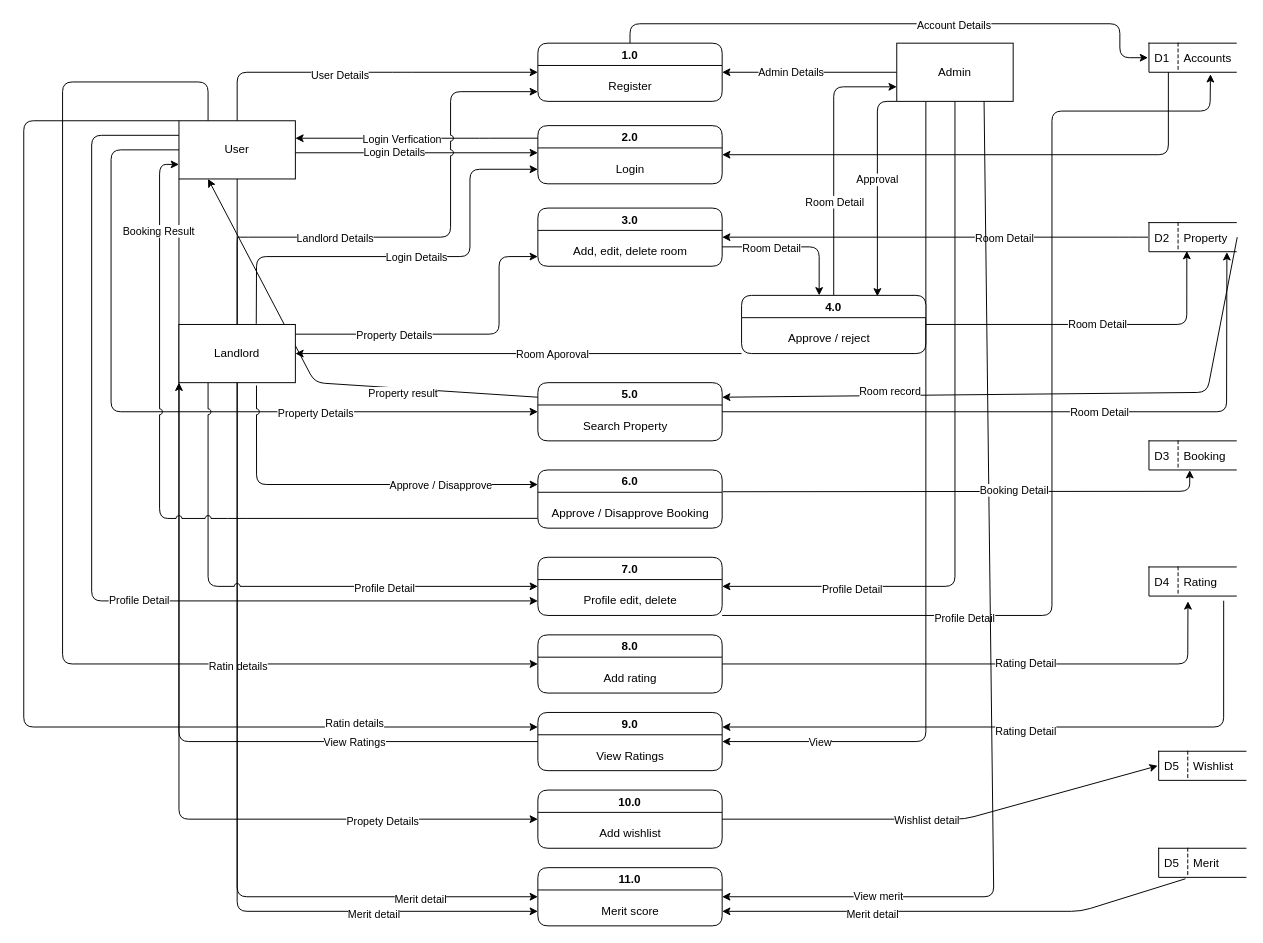
This is DFD FYP/DFD FYP.drawio from SNOW15782/Fyp, a draw.io file, before an edit. Source tidied: cells renumbered, new cells numbered last; positions are measured from the earlier drawing's top-left corner, leaving out a move shared by most shapes. Both pictures are drawn from the tidied source at 97%, with x=0, y=0 at pixel (23, 23).
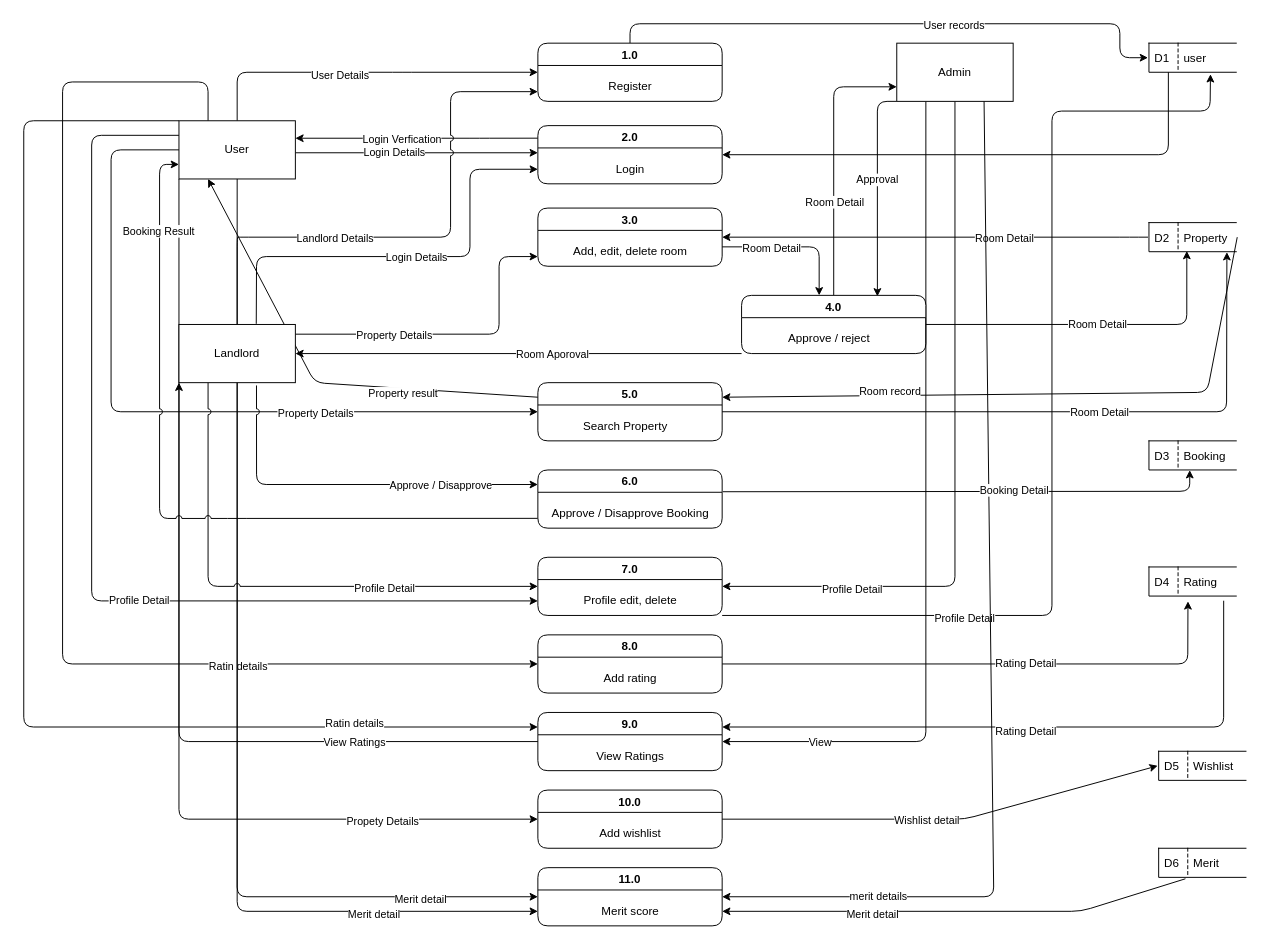
The same diagram, later.

The change refers to these unchanged cells:
```xml
<mxCell id="9" value="Admin" style="rounded=0;whiteSpace=wrap;html=1;" parent="1" vertex="1">
  <mxGeometry x="900" y="20" width="120" height="60" as="geometry" />
</mxCell>
<mxCell id="10" style="edgeStyle=none;html=1;exitX=0.5;exitY=0;exitDx=0;exitDy=0;entryX=0;entryY=0.5;entryDx=0;entryDy=0;" parent="1" edge="1" source="12" target="14">
  <mxGeometry relative="1" as="geometry">
    <Array as="points">
      <mxPoint x="625" />
      <mxPoint x="1130" />
      <mxPoint x="1130" y="35" />
    </Array>
  </mxGeometry>
</mxCell>
<mxCell id="12" value="1.0" style="swimlane;startSize=23;rounded=1;" parent="1" vertex="1">
  <mxGeometry x="530" y="20" width="190" height="60" as="geometry" />
</mxCell>
<mxCell id="72" style="edgeStyle=none;html=1;exitX=1;exitY=0.5;exitDx=0;exitDy=0;entryX=0.75;entryY=1;entryDx=0;entryDy=0;startArrow=classic;startFill=1;endArrow=none;endFill=0;" parent="1" edge="1" source="78" target="9">
  <mxGeometry relative="1" as="geometry">
    <Array as="points">
      <mxPoint x="1000" y="900" />
    </Array>
  </mxGeometry>
</mxCell>
<mxCell id="112" value="Merit" style="shape=partialRectangle;fillColor=none;align=left;verticalAlign=middle;strokeColor=default;spacingLeft=34;points=[[0,0.5],[1,0.5]];portConstraint=eastwest;strokeWidth=1;perimeterSpacing=1;right=0;" parent="1" vertex="1">
  <mxGeometry x="1170" y="850" width="90" height="30" as="geometry" />
</mxCell>
```

The edit, as a diff of the source:
```diff
@@
-    <mxCell id="2" style="edgeStyle=none;html=1;entryX=1;entryY=0.5;entryDx=0;entryDy=0;" parent="1" edge="1" source="9" target="12">
-      <mxGeometry relative="1" as="geometry" />
-    </mxCell>
-    <mxCell id="3" value="Admin Details" style="edgeLabel;html=1;align=center;verticalAlign=middle;" parent="2" vertex="1">
-      <mxGeometry x="0.22" y="-1" relative="1" as="geometry" />
-    </mxCell>
@@
-    <mxCell id="11" value="Account Details" style="edgeLabel;html=1;align=center;verticalAlign=middle;" parent="10" vertex="1">
+    <mxCell id="11" value="User records" style="edgeLabel;html=1;align=center;verticalAlign=middle;" parent="10" vertex="1">
       <mxGeometry x="0.2" y="-1" relative="1" as="geometry" />
     </mxCell>
@@
-    <mxCell id="14" value="Accounts" style="shape=partialRectangle;fillColor=none;align=left;verticalAlign=middle;strokeColor=default;spacingLeft=34;points=[[0,0.5],[1,0.5]];portConstraint=eastwest;strokeWidth=1;perimeterSpacing=1;right=0;" parent="1" vertex="1">
+    <mxCell id="14" value="user" style="shape=partialRectangle;fillColor=none;align=left;verticalAlign=middle;strokeColor=default;spacingLeft=34;points=[[0,0.5],[1,0.5]];portConstraint=eastwest;strokeWidth=1;perimeterSpacing=1;right=0;" parent="1" vertex="1">
       <mxGeometry x="1160" y="20" width="90" height="30" as="geometry" />
     </mxCell>
@@
-    <mxCell id="73" value="View merit" style="edgeLabel;html=1;align=center;verticalAlign=middle;" parent="72" vertex="1">
+    <mxCell id="73" value="merit details" style="edgeLabel;html=1;align=center;verticalAlign=middle;" parent="72" vertex="1">
       <mxGeometry x="-0.71" y="1" relative="1" as="geometry" />
     </mxCell>
@@
-    <mxCell id="113" value="D5" style="shape=partialRectangle;top=0;left=0;bottom=0;fillColor=none;stokeWidth=1;dashed=1;align=left;verticalAlign=middle;spacingLeft=4;spacingRight=4;overflow=hidden;strokeColor=default;" parent="112" vertex="1">
+    <mxCell id="113" value="D6" style="shape=partialRectangle;top=0;left=0;bottom=0;fillColor=none;stokeWidth=1;dashed=1;align=left;verticalAlign=middle;spacingLeft=4;spacingRight=4;overflow=hidden;strokeColor=default;" parent="112" vertex="1">
       <mxGeometry width="30" height="30" as="geometry" />
     </mxCell>
```
